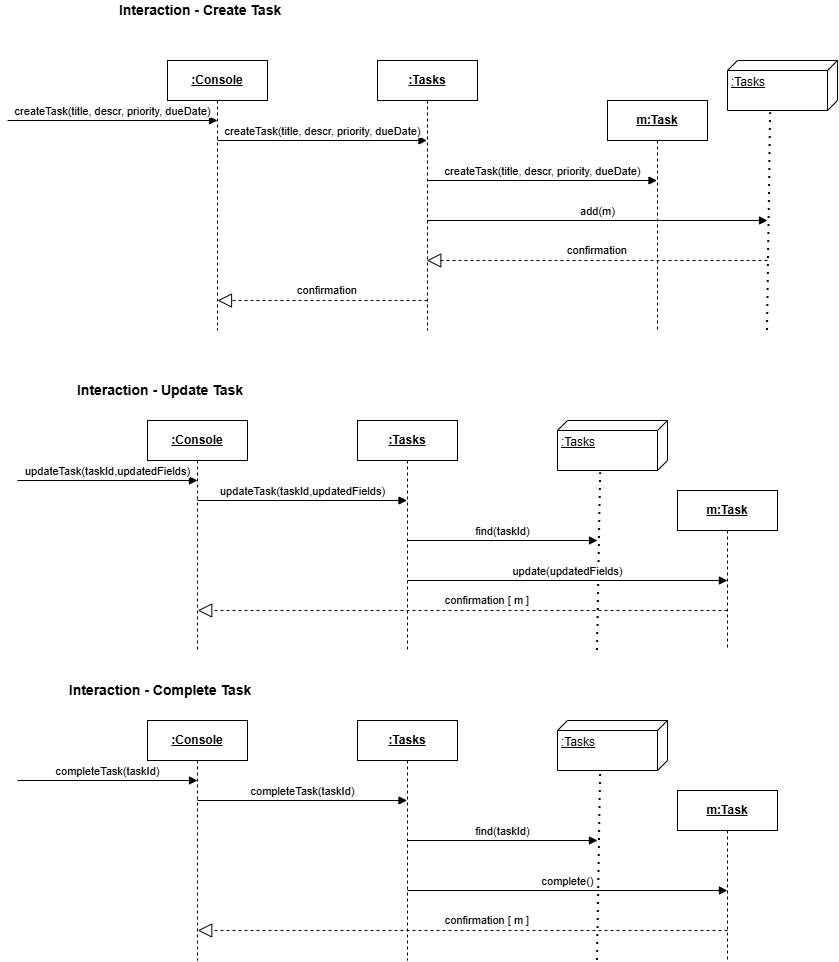
Above: Iteration 2/System Diagrams/UML Interaction Diagrams/UML Interaction Diagram_ Part 1.png in Shooter-06/SOEN-342-Project (draw.io), before the change. Source tidied: cells renumbered, new cells last; positions are measured from the earlier drawing's top-left corner, leaving out a move shared by most shapes. Its diagram source:
```xml
<mxGraphModel>
  <root>
    <mxCell id="0" />
    <mxCell id="1" parent="0" />
    <mxCell id="2" value="createTask(title, descr, priority, dueDate)" style="html=1;verticalAlign=bottom;endArrow=block;curved=0;rounded=0;" parent="1" edge="1">
      <mxGeometry relative="1" as="geometry">
        <mxPoint y="120" as="sourcePoint" />
        <mxPoint x="210" y="120" as="targetPoint" />
      </mxGeometry>
    </mxCell>
    <mxCell id="3" value="&lt;b&gt;&lt;u&gt;:Console&lt;/u&gt;&lt;/b&gt;" style="shape=umlLifeline;perimeter=lifelinePerimeter;whiteSpace=wrap;html=1;newEdgeStyle={&quot;curved&quot;:0,&quot;rounded&quot;:0};" parent="1" vertex="1">
      <mxGeometry x="160" y="60" width="100" height="270" as="geometry" />
    </mxCell>
    <mxCell id="4" value="createTask(title, descr, priority, dueDate)" style="html=1;verticalAlign=bottom;endArrow=block;curved=0;rounded=0;" parent="1" edge="1">
      <mxGeometry relative="1" as="geometry">
        <mxPoint x="210" y="140" as="sourcePoint" />
        <mxPoint x="419.5" y="140" as="targetPoint" />
      </mxGeometry>
    </mxCell>
    <mxCell id="5" value="&lt;b&gt;&lt;u&gt;:Tasks&lt;/u&gt;&lt;/b&gt;" style="shape=umlLifeline;perimeter=lifelinePerimeter;whiteSpace=wrap;html=1;outlineConnect=0;portConstraint=eastwest;newEdgeStyle={&quot;curved&quot;:0,&quot;rounded&quot;:0};" parent="1" vertex="1">
      <mxGeometry x="370" y="60" width="100" height="270" as="geometry" />
    </mxCell>
    <mxCell id="6" value="&lt;b&gt;&lt;u&gt;m:Task&lt;/u&gt;&lt;/b&gt;" style="shape=umlLifeline;perimeter=lifelinePerimeter;whiteSpace=wrap;html=1;newEdgeStyle={&quot;curved&quot;:0,&quot;rounded&quot;:0};" parent="1" vertex="1">
      <mxGeometry x="600" y="100" width="100" height="230" as="geometry" />
    </mxCell>
    <mxCell id="7" value="createTask(title, descr, priority, dueDate)" style="html=1;verticalAlign=bottom;endArrow=block;curved=0;rounded=0;" parent="1" edge="1">
      <mxGeometry relative="1" as="geometry">
        <mxPoint x="419.6" y="180" as="sourcePoint" />
        <mxPoint x="649.5" y="180" as="targetPoint" />
      </mxGeometry>
    </mxCell>
    <mxCell id="8" style="endArrow=block;dashed=1;endFill=0;endSize=12;html=1;rounded=0;" parent="1" edge="1" target="5">
      <mxGeometry relative="1" as="geometry">
        <mxPoint x="760" y="260" as="sourcePoint" />
        <Array as="points">
          <mxPoint x="580" y="260" />
        </Array>
      </mxGeometry>
    </mxCell>
    <mxCell id="9" style="endArrow=block;dashed=1;endFill=0;endSize=12;html=1;rounded=0;" parent="1" edge="1">
      <mxGeometry relative="1" as="geometry">
        <mxPoint x="420" y="300" as="sourcePoint" />
        <mxPoint x="210" y="300" as="targetPoint" />
        <Array as="points">
          <mxPoint x="300" y="300" />
        </Array>
      </mxGeometry>
    </mxCell>
    <mxCell id="10" value="&lt;span style=&quot;font-size: 11px; text-wrap-mode: nowrap; background-color: rgb(255, 255, 255);&quot;&gt;confirmation&lt;/span&gt;" style="text;html=1;whiteSpace=wrap;strokeColor=none;fillColor=none;align=center;verticalAlign=middle;rounded=0;" parent="1" vertex="1">
      <mxGeometry x="240" y="270" width="160" height="40" as="geometry" />
    </mxCell>
    <mxCell id="11" value=":Tasks" style="verticalAlign=top;align=left;spacingTop=8;spacingLeft=2;spacingRight=12;shape=cube;size=10;direction=south;fontStyle=4;html=1;whiteSpace=wrap;" parent="1" vertex="1">
      <mxGeometry x="720" y="60" width="110" height="50" as="geometry" />
    </mxCell>
    <mxCell id="12" style="endArrow=none;dashed=1;html=1;dashPattern=1 3;strokeWidth=2;rounded=0;entryX=1.045;entryY=0.608;entryDx=0;entryDy=0;entryPerimeter=0;" parent="1" edge="1" target="11">
      <mxGeometry relative="1" as="geometry">
        <mxPoint x="760" y="330" as="sourcePoint" />
      </mxGeometry>
    </mxCell>
    <mxCell id="13" value="add(m)" style="html=1;verticalAlign=bottom;endArrow=block;curved=0;rounded=0;" parent="1" edge="1">
      <mxGeometry relative="1" as="geometry">
        <mxPoint x="419.6" y="220" as="sourcePoint" />
        <mxPoint x="760" y="220" as="targetPoint" />
      </mxGeometry>
    </mxCell>
    <mxCell id="14" value="&lt;span style=&quot;font-size: 11px; text-wrap-mode: nowrap; background-color: rgb(255, 255, 255);&quot;&gt;confirmation&lt;/span&gt;" style="text;html=1;whiteSpace=wrap;strokeColor=none;fillColor=none;align=center;verticalAlign=middle;rounded=0;" parent="1" vertex="1">
      <mxGeometry x="510" y="240" width="160" height="20" as="geometry" />
    </mxCell>
    <mxCell id="15" value="&lt;b&gt;&lt;font style=&quot;font-size: 14px;&quot;&gt;Interaction - Create Task&amp;nbsp;&lt;/font&gt;&lt;/b&gt;" style="text;html=1;whiteSpace=wrap;strokeColor=none;fillColor=none;align=center;verticalAlign=middle;rounded=0;" parent="1" vertex="1">
      <mxGeometry x="20" width="350" height="20" as="geometry" />
    </mxCell>
    <mxCell id="16" value="&lt;b&gt;&lt;u&gt;:Console&lt;/u&gt;&lt;/b&gt;" style="shape=umlLifeline;perimeter=lifelinePerimeter;whiteSpace=wrap;html=1;newEdgeStyle={&quot;curved&quot;:0,&quot;rounded&quot;:0};" parent="1" vertex="1">
      <mxGeometry x="140" y="420" width="100" height="230" as="geometry" />
    </mxCell>
    <mxCell id="17" value="updateTask(taskId,updatedFields)" style="html=1;verticalAlign=bottom;endArrow=block;curved=0;rounded=0;" parent="1" edge="1">
      <mxGeometry relative="1" as="geometry">
        <mxPoint x="190" y="500" as="sourcePoint" />
        <mxPoint x="399.5" y="500" as="targetPoint" />
      </mxGeometry>
    </mxCell>
    <mxCell id="18" value="&lt;b&gt;&lt;u&gt;:Tasks&lt;/u&gt;&lt;/b&gt;" style="shape=umlLifeline;perimeter=lifelinePerimeter;whiteSpace=wrap;html=1;newEdgeStyle={&quot;curved&quot;:0,&quot;rounded&quot;:0};" parent="1" vertex="1">
      <mxGeometry x="350" y="420" width="100" height="230" as="geometry" />
    </mxCell>
    <mxCell id="19" value="&lt;b&gt;&lt;u&gt;m:Task&lt;/u&gt;&lt;/b&gt;" style="shape=umlLifeline;perimeter=lifelinePerimeter;whiteSpace=wrap;html=1;newEdgeStyle={&quot;curved&quot;:0,&quot;rounded&quot;:0};" parent="1" vertex="1">
      <mxGeometry x="670" y="490" width="100" height="160" as="geometry" />
    </mxCell>
    <mxCell id="20" value="find(taskId)" style="html=1;verticalAlign=bottom;endArrow=block;curved=0;rounded=0;" parent="1" edge="1">
      <mxGeometry relative="1" as="geometry">
        <mxPoint x="399.6" y="540" as="sourcePoint" />
        <mxPoint x="590" y="540" as="targetPoint" />
      </mxGeometry>
    </mxCell>
    <mxCell id="21" value=":Tasks" style="verticalAlign=top;align=left;spacingTop=8;spacingLeft=2;spacingRight=12;shape=cube;size=10;direction=south;fontStyle=4;html=1;whiteSpace=wrap;" parent="1" vertex="1">
      <mxGeometry x="550" y="420" width="110" height="50" as="geometry" />
    </mxCell>
    <mxCell id="22" style="endArrow=none;dashed=1;html=1;dashPattern=1 3;strokeWidth=2;rounded=0;entryX=1.045;entryY=0.608;entryDx=0;entryDy=0;entryPerimeter=0;" parent="1" edge="1" target="21">
      <mxGeometry relative="1" as="geometry">
        <mxPoint x="590" y="650" as="sourcePoint" />
      </mxGeometry>
    </mxCell>
    <mxCell id="23" value="update(&lt;span style=&quot;background-color: light-dark(#ffffff, var(--ge-dark-color, #121212)); color: light-dark(rgb(0, 0, 0), rgb(255, 255, 255));&quot;&gt;updatedFields)&lt;/span&gt;" style="html=1;verticalAlign=bottom;endArrow=block;curved=0;rounded=0;" parent="1" edge="1">
      <mxGeometry relative="1" as="geometry">
        <mxPoint x="400" y="580" as="sourcePoint" />
        <mxPoint x="719.9" y="580" as="targetPoint" />
      </mxGeometry>
    </mxCell>
    <mxCell id="24" value="&lt;b&gt;&lt;font style=&quot;font-size: 14px;&quot;&gt;Interaction - Update Task&amp;nbsp;&lt;/font&gt;&lt;/b&gt;" style="text;html=1;whiteSpace=wrap;strokeColor=none;fillColor=none;align=center;verticalAlign=middle;rounded=0;" parent="1" vertex="1">
      <mxGeometry x="10" y="380" width="290" height="20" as="geometry" />
    </mxCell>
    <mxCell id="25" value="updateTask(taskId,updatedFields)" style="html=1;verticalAlign=bottom;endArrow=block;curved=0;rounded=0;" parent="1" edge="1">
      <mxGeometry relative="1" as="geometry">
        <mxPoint x="10" y="480" as="sourcePoint" />
        <mxPoint x="190" y="480" as="targetPoint" />
      </mxGeometry>
    </mxCell>
    <mxCell id="26" style="endArrow=block;dashed=1;endFill=0;endSize=12;html=1;rounded=0;" parent="1" edge="1">
      <mxGeometry relative="1" as="geometry">
        <mxPoint x="720" y="610" as="sourcePoint" />
        <mxPoint x="190.2" y="610" as="targetPoint" />
        <Array as="points">
          <mxPoint x="580.5" y="610" />
        </Array>
      </mxGeometry>
    </mxCell>
    <mxCell id="27" value="&lt;span style=&quot;font-size: 11px; text-wrap-mode: nowrap; background-color: rgb(255, 255, 255);&quot;&gt;confirmation [ m ]&lt;/span&gt;" style="text;html=1;whiteSpace=wrap;strokeColor=none;fillColor=none;align=center;verticalAlign=middle;rounded=0;" parent="1" vertex="1">
      <mxGeometry x="400" y="580" width="160" height="40" as="geometry" />
    </mxCell>
    <mxCell id="28" value="&lt;b&gt;&lt;u&gt;:Console&lt;/u&gt;&lt;/b&gt;" style="shape=umlLifeline;perimeter=lifelinePerimeter;whiteSpace=wrap;html=1;newEdgeStyle={&quot;curved&quot;:0,&quot;rounded&quot;:0};" parent="1" vertex="1">
      <mxGeometry x="140" y="720" width="100" height="240" as="geometry" />
    </mxCell>
    <mxCell id="29" value="completeTask(taskId)" style="html=1;verticalAlign=bottom;endArrow=block;curved=0;rounded=0;" parent="1" edge="1">
      <mxGeometry relative="1" as="geometry">
        <mxPoint x="190" y="800" as="sourcePoint" />
        <mxPoint x="399.5" y="800" as="targetPoint" />
      </mxGeometry>
    </mxCell>
    <mxCell id="30" value="&lt;b&gt;&lt;u&gt;:Tasks&lt;/u&gt;&lt;/b&gt;" style="shape=umlLifeline;perimeter=lifelinePerimeter;whiteSpace=wrap;html=1;newEdgeStyle={&quot;curved&quot;:0,&quot;rounded&quot;:0};" parent="1" vertex="1">
      <mxGeometry x="350" y="720" width="100" height="240" as="geometry" />
    </mxCell>
    <mxCell id="31" value="&lt;b&gt;&lt;u&gt;m:Task&lt;/u&gt;&lt;/b&gt;" style="shape=umlLifeline;perimeter=lifelinePerimeter;whiteSpace=wrap;html=1;newEdgeStyle={&quot;curved&quot;:0,&quot;rounded&quot;:0};" parent="1" vertex="1">
      <mxGeometry x="670" y="790" width="100" height="170" as="geometry" />
    </mxCell>
    <mxCell id="32" value="find(taskId)" style="html=1;verticalAlign=bottom;endArrow=block;curved=0;rounded=0;" parent="1" edge="1">
      <mxGeometry relative="1" as="geometry">
        <mxPoint x="399.6" y="840" as="sourcePoint" />
        <mxPoint x="590" y="840" as="targetPoint" />
      </mxGeometry>
    </mxCell>
    <mxCell id="33" value=":Tasks" style="verticalAlign=top;align=left;spacingTop=8;spacingLeft=2;spacingRight=12;shape=cube;size=10;direction=south;fontStyle=4;html=1;whiteSpace=wrap;" parent="1" vertex="1">
      <mxGeometry x="550" y="720" width="110" height="50" as="geometry" />
    </mxCell>
    <mxCell id="34" style="endArrow=none;dashed=1;html=1;dashPattern=1 3;strokeWidth=2;rounded=0;entryX=1.045;entryY=0.608;entryDx=0;entryDy=0;entryPerimeter=0;" parent="1" edge="1" target="33">
      <mxGeometry relative="1" as="geometry">
        <mxPoint x="590" y="960" as="sourcePoint" />
      </mxGeometry>
    </mxCell>
    <mxCell id="35" value="complete()" style="html=1;verticalAlign=bottom;endArrow=block;curved=0;rounded=0;" parent="1" edge="1">
      <mxGeometry relative="1" as="geometry">
        <mxPoint x="400" y="890" as="sourcePoint" />
        <mxPoint x="719.9" y="890" as="targetPoint" />
      </mxGeometry>
    </mxCell>
    <mxCell id="36" value="&lt;b&gt;&lt;font style=&quot;font-size: 14px;&quot;&gt;Interaction - Complete Task&amp;nbsp;&lt;/font&gt;&lt;/b&gt;" style="text;html=1;whiteSpace=wrap;strokeColor=none;fillColor=none;align=center;verticalAlign=middle;rounded=0;" parent="1" vertex="1">
      <mxGeometry x="10" y="680" width="290" height="20" as="geometry" />
    </mxCell>
    <mxCell id="37" value="completeTask(taskId)" style="html=1;verticalAlign=bottom;endArrow=block;curved=0;rounded=0;" parent="1" edge="1">
      <mxGeometry relative="1" as="geometry">
        <mxPoint x="10" y="780" as="sourcePoint" />
        <mxPoint x="190" y="780" as="targetPoint" />
      </mxGeometry>
    </mxCell>
    <mxCell id="38" style="endArrow=block;dashed=1;endFill=0;endSize=12;html=1;rounded=0;" parent="1" edge="1">
      <mxGeometry relative="1" as="geometry">
        <mxPoint x="720" y="930" as="sourcePoint" />
        <mxPoint x="190.2" y="930" as="targetPoint" />
        <Array as="points">
          <mxPoint x="580.5" y="930" />
        </Array>
      </mxGeometry>
    </mxCell>
    <mxCell id="39" value="&lt;span style=&quot;font-size: 11px; text-wrap-mode: nowrap; background-color: rgb(255, 255, 255);&quot;&gt;confirmation [ m ]&lt;/span&gt;" style="text;html=1;whiteSpace=wrap;strokeColor=none;fillColor=none;align=center;verticalAlign=middle;rounded=0;" parent="1" vertex="1">
      <mxGeometry x="400" y="900" width="160" height="40" as="geometry" />
    </mxCell>
  </root>
</mxGraphModel>
```
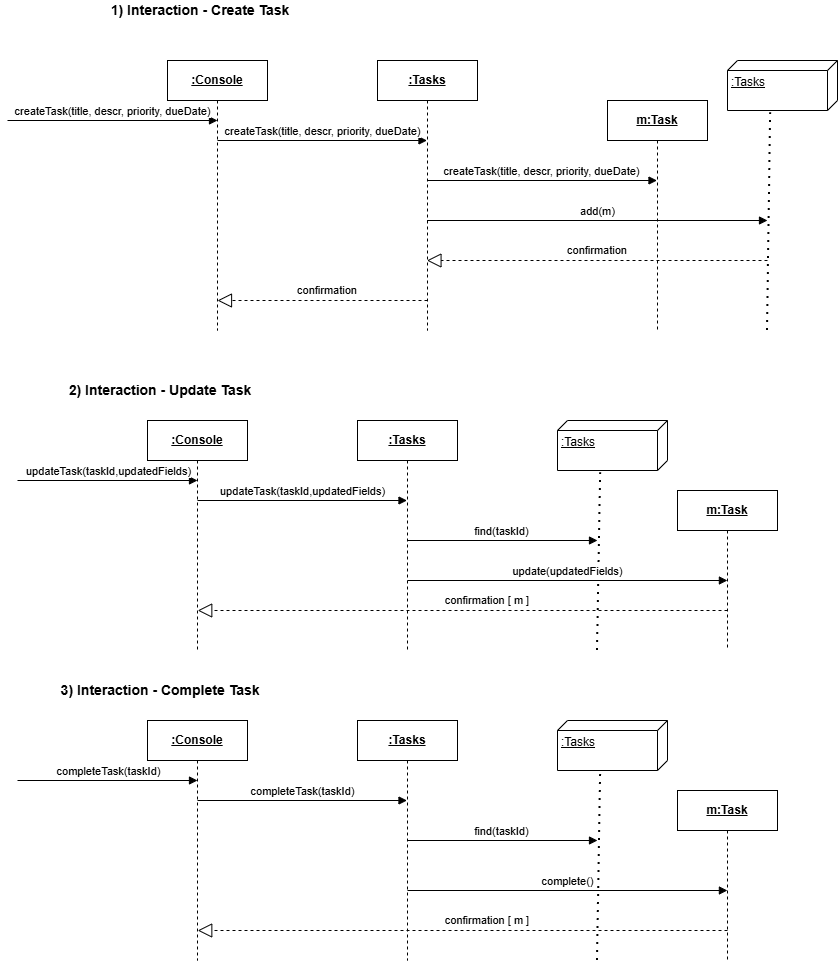
Above is the later version.

Change to the diagram source:
```diff
@@ -66,7 +66,7 @@
     <mxCell id="14" value="&lt;span style=&quot;font-size: 11px; text-wrap-mode: nowrap; background-color: rgb(255, 255, 255);&quot;&gt;confirmation&lt;/span&gt;" style="text;html=1;whiteSpace=wrap;strokeColor=none;fillColor=none;align=center;verticalAlign=middle;rounded=0;" parent="1" vertex="1">
       <mxGeometry x="510" y="240" width="160" height="20" as="geometry" />
     </mxCell>
-    <mxCell id="15" value="&lt;b&gt;&lt;font style=&quot;font-size: 14px;&quot;&gt;Interaction - Create Task&amp;nbsp;&lt;/font&gt;&lt;/b&gt;" style="text;html=1;whiteSpace=wrap;strokeColor=none;fillColor=none;align=center;verticalAlign=middle;rounded=0;" parent="1" vertex="1">
+    <mxCell id="15" value="&lt;b&gt;&lt;font style=&quot;font-size: 14px;&quot;&gt;1) Interaction - Create Task&amp;nbsp;&lt;/font&gt;&lt;/b&gt;" style="text;html=1;whiteSpace=wrap;strokeColor=none;fillColor=none;align=center;verticalAlign=middle;rounded=0;" parent="1" vertex="1">
       <mxGeometry x="20" width="350" height="20" as="geometry" />
     </mxCell>
     <mxCell id="16" value="&lt;b&gt;&lt;u&gt;:Console&lt;/u&gt;&lt;/b&gt;" style="shape=umlLifeline;perimeter=lifelinePerimeter;whiteSpace=wrap;html=1;newEdgeStyle={&quot;curved&quot;:0,&quot;rounded&quot;:0};" parent="1" vertex="1">
@@ -104,7 +104,7 @@
         <mxPoint x="719.9" y="580" as="targetPoint" />
       </mxGeometry>
     </mxCell>
-    <mxCell id="24" value="&lt;b&gt;&lt;font style=&quot;font-size: 14px;&quot;&gt;Interaction - Update Task&amp;nbsp;&lt;/font&gt;&lt;/b&gt;" style="text;html=1;whiteSpace=wrap;strokeColor=none;fillColor=none;align=center;verticalAlign=middle;rounded=0;" parent="1" vertex="1">
+    <mxCell id="24" value="&lt;b&gt;&lt;font style=&quot;font-size: 14px;&quot;&gt;2) Interaction - Update Task&amp;nbsp;&lt;/font&gt;&lt;/b&gt;" style="text;html=1;whiteSpace=wrap;strokeColor=none;fillColor=none;align=center;verticalAlign=middle;rounded=0;" parent="1" vertex="1">
       <mxGeometry x="10" y="380" width="290" height="20" as="geometry" />
     </mxCell>
     <mxCell id="25" value="updateTask(taskId,updatedFields)" style="html=1;verticalAlign=bottom;endArrow=block;curved=0;rounded=0;" parent="1" edge="1">
@@ -160,7 +160,7 @@
         <mxPoint x="719.9" y="890" as="targetPoint" />
       </mxGeometry>
     </mxCell>
-    <mxCell id="36" value="&lt;b&gt;&lt;font style=&quot;font-size: 14px;&quot;&gt;Interaction - Complete Task&amp;nbsp;&lt;/font&gt;&lt;/b&gt;" style="text;html=1;whiteSpace=wrap;strokeColor=none;fillColor=none;align=center;verticalAlign=middle;rounded=0;" parent="1" vertex="1">
+    <mxCell id="36" value="&lt;b&gt;&lt;font style=&quot;font-size: 14px;&quot;&gt;3) Interaction - Complete Task&amp;nbsp;&lt;/font&gt;&lt;/b&gt;" style="text;html=1;whiteSpace=wrap;strokeColor=none;fillColor=none;align=center;verticalAlign=middle;rounded=0;" parent="1" vertex="1">
       <mxGeometry x="10" y="680" width="290" height="20" as="geometry" />
     </mxCell>
     <mxCell id="37" value="completeTask(taskId)" style="html=1;verticalAlign=bottom;endArrow=block;curved=0;rounded=0;" parent="1" edge="1">
```
